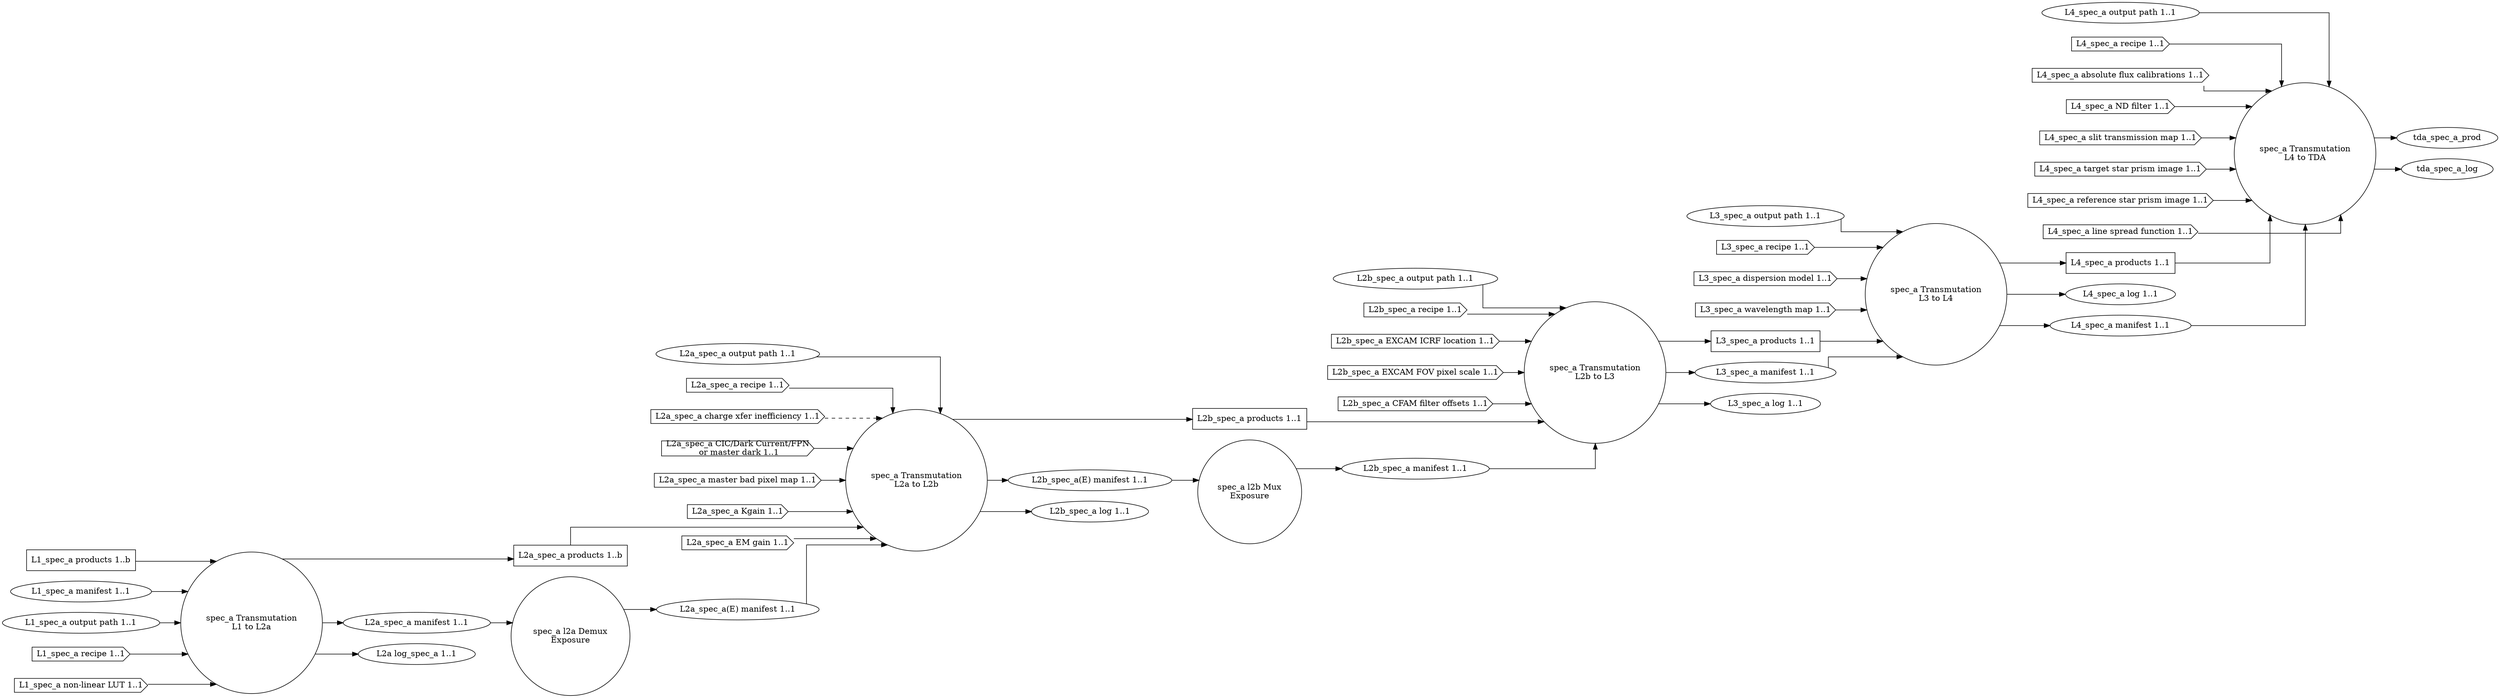
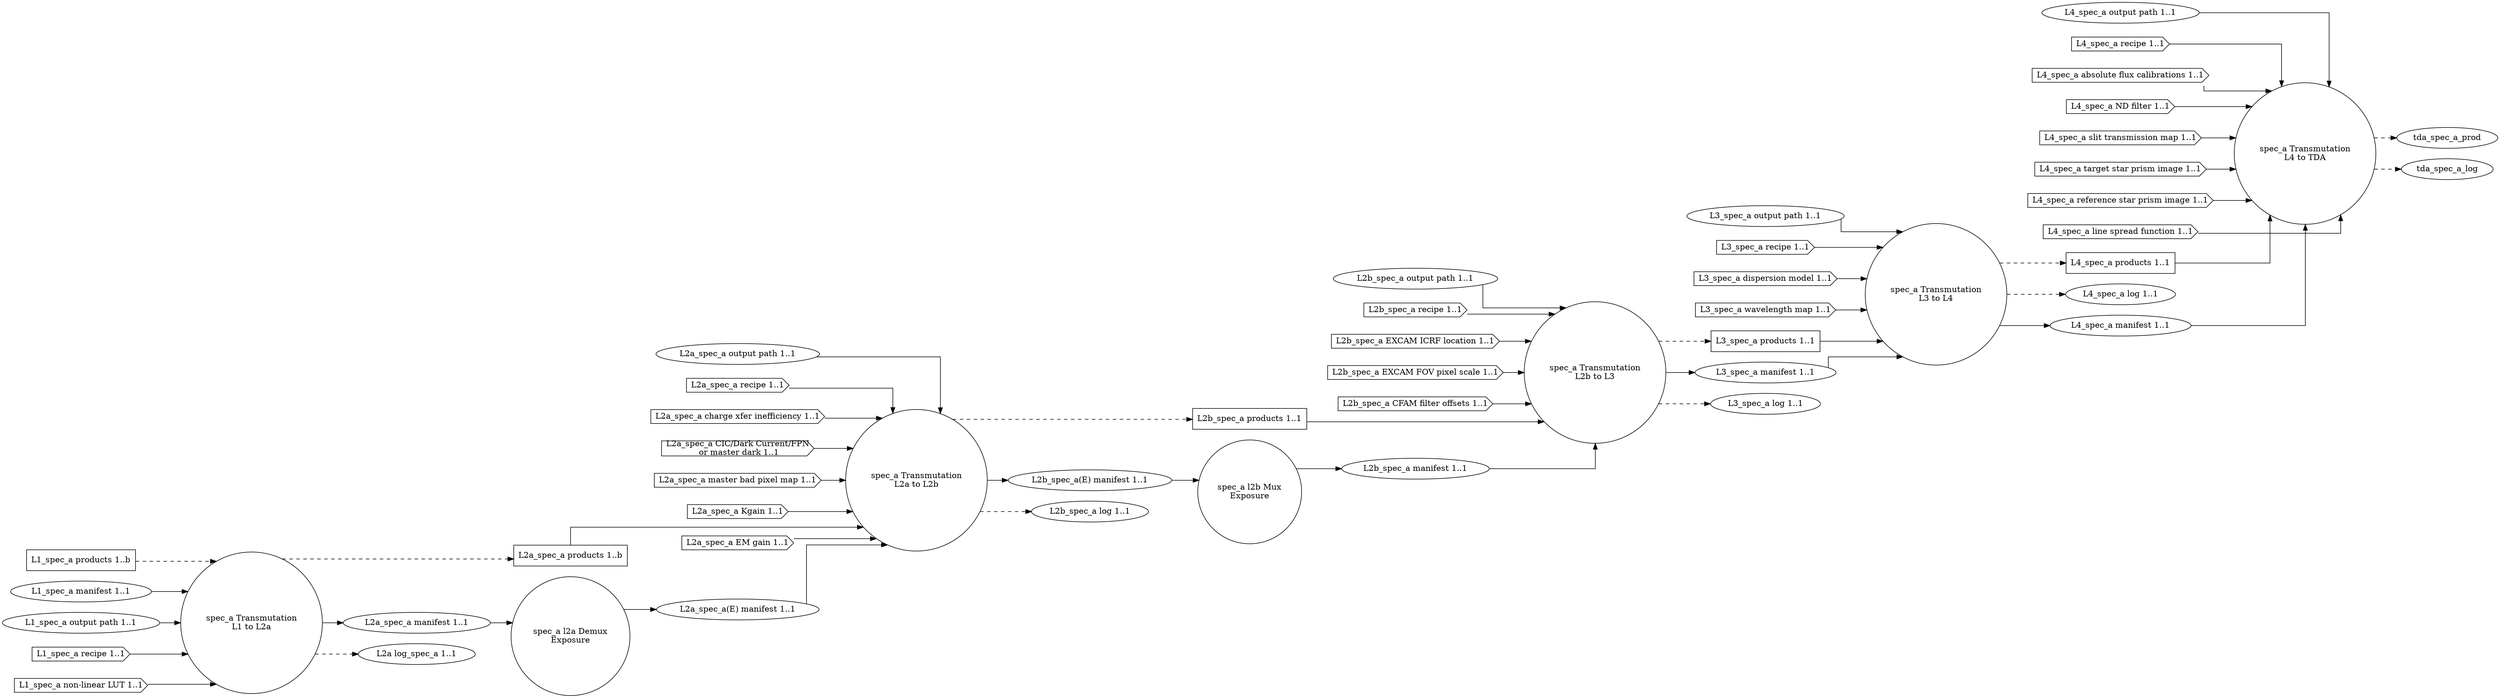
digraph SpectroscopyAnalog
{
  graph [splines="ortho", rankdir=LR];

  trans_spec_a_l1_l2a [label="spec_a Transmutation\nL1 to L2a", shape="circle"];
  l2a_spec_a_demux [label="spec_a l2a Demux\nExposure" shape="circle"];
  trans_spec_a_l2a_l2b [label="spec_a Transmutation\nL2a to L2b", shape="circle"];
  l2b_spec_a_mux [label="spec_a l2b Mux\nExposure", shape="circle"];
  trans_spec_a_l2b_l3 [label="spec_a Transmutation\nL2b to L3", shape="circle"];
  trans_spec_a_l3_l4 [label="spec_a Transmutation\nL3 to L4", shape="circle"];
  trans_spec_a_l4_tda [label="spec_a Transmutation\nL4 to TDA", shape="circle"];

  l1_spec_a_prod [label="L1_spec_a products 1..b", shape="rectangle"];
  l1_spec_a_man [label="L1_spec_a manifest 1..1", shape="ellipse"];
  l1_spec_a_odir [label="L1_spec_a output path 1..1", shape="ellipse"];
  l1_spec_a_rec [label="L1_spec_a recipe 1..1", shape="cds"];
  l1_spec_a_nllut [label="L1_spec_a non-linear LUT 1..1", shape="cds"];

  l2a_spec_a_prod [label="L2a_spec_a products 1..b", shape="rectangle"];
  l2a_spec_a_man [label="L2a_spec_a manifest 1..1", shape="ellipse"];
  l2a_spec_a_odir [label="L2a_spec_a output path 1..1", shape="ellipse"];
  l2a_spec_a_rec [label="L2a_spec_a recipe 1..1", shape="cds"];
  l2a_spec_a_cti [label="L2a_spec_a charge xfer inefficiency 1..1", shape="cds"];
  l2a_spec_a_dnb [label="L2a_spec_a CIC/Dark Current/FPN\n or master dark 1..1", shape="cds"];
  l2a_spec_a_mbpm [label="L2a_spec_a master bad pixel map 1..1", shape="cds"];
  l2a_spec_a_kgain [label="L2a_spec_a Kgain 1..1", shape="cds"];
  l2a_spec_a_emg [label="L2a_spec_a EM gain 1..1", shape="cds"];
  l2a_spec_a_log [label="L2a log_spec_a 1..1", shape="ellipse"];
  l2a_spec_a_man_demux [label="L2a_spec_a(E) manifest 1..1", shape="ellipse"];

  l2b_spec_a_prod [label="L2b_spec_a products 1..1", shape="rectangle"];
  l2b_spec_a_man [label="L2b_spec_a manifest 1..1", shape="ellipse"];
  l2b_spec_a_odir [label="L2b_spec_a output path 1..1", shape="ellipse"];
  l2b_spec_a_rec [label="L2b_spec_a recipe 1..1", shape="cds"];
  l2b_spec_a_excicrf [label="L2b_spec_a EXCAM ICRF location 1..1", shape="cds"];
  l2b_spec_a_excfovps [label="L2b_spec_a EXCAM FOV pixel scale 1..1", shape="cds"];
  l2b_spec_a_cfamfo [label="L2b_spec_a CFAM filter offsets 1..1", shape="cds"];
  l2b_spec_a_man_demux [label="L2b_spec_a(E) manifest 1..1", shape="ellipse"];
  l2b_spec_a_log [label="L2b_spec_a log 1..1", shape="ellipse"];

  l3_spec_a_prod [label="L3_spec_a products 1..1", shape="rectangle"];
  l3_spec_a_odir [label="L3_spec_a output path 1..1", shape="ellipse"];
  l3_spec_a_man [label="L3_spec_a manifest 1..1", shape="ellipse"];
  l3_spec_a_rec [label="L3_spec_a recipe 1..1", shape="cds"];
  l3_spec_a_dispm [label="L3_spec_a dispersion model 1..1", shape="cds"];
  l3_spec_a_wavem [label="L3_spec_a wavelength map 1..1", shape="cds"];
  l3_spec_a_log [label="L3_spec_a log 1..1", shape="ellipse"];

  l4_spec_a_prod [label="L4_spec_a products 1..1", shape="rectangle"];
  l4_spec_a_odir [label="L4_spec_a output path 1..1", shape="ellipse"];
  l4_spec_a_log [label="L4_spec_a log 1..1", shape="ellipse"];
  l4_spec_a_man [label="L4_spec_a manifest 1..1", shape="ellipse"];
  l4_spec_a_rec [label="L4_spec_a recipe 1..1", shape="cds"];
  l4_spec_a_afcal [label="L4_spec_a absolute flux calibrations 1..1", shape="cds"];
  l4_spec_a_ndfilt [label="L4_spec_a ND filter 1..1", shape="cds"];
  l4_spec_a_stmap [label="L4_spec_a slit transmission map 1..1", shape="cds"];
  l4_spec_a_tspi [label="L4_spec_a target star prism image 1..1", shape="cds"];
  l4_spec_a_rspi [label="L4_spec_a reference star prism image 1..1", shape="cds"];
  l4_spec_a_lsf [label="L4_spec_a line spread function 1..1", shape="cds"];

-   l1_spec_a_prod -> trans_spec_a_l1_l2a;
+   l1_spec_a_prod -> trans_spec_a_l1_l2a [style="dashed"];
  l1_spec_a_man -> trans_spec_a_l1_l2a;
  l1_spec_a_odir -> trans_spec_a_l1_l2a;
  l1_spec_a_rec -> trans_spec_a_l1_l2a;
  l1_spec_a_nllut -> trans_spec_a_l1_l2a;

-   trans_spec_a_l1_l2a -> l2a_spec_a_prod;
+   trans_spec_a_l1_l2a -> l2a_spec_a_prod [style="dashed"];
  trans_spec_a_l1_l2a -> l2a_spec_a_man;
-   trans_spec_a_l1_l2a -> l2a_spec_a_log;
+   trans_spec_a_l1_l2a -> l2a_spec_a_log  [style="dashed"];

  l2a_spec_a_prod -> trans_spec_a_l2a_l2b;
  l2a_spec_a_odir -> trans_spec_a_l2a_l2b;
  l2a_spec_a_rec -> trans_spec_a_l2a_l2b;
-   l2a_spec_a_cti -> trans_spec_a_l2a_l2b [style="dashed"];
+   l2a_spec_a_cti -> trans_spec_a_l2a_l2b;
  l2a_spec_a_dnb -> trans_spec_a_l2a_l2b;
  l2a_spec_a_mbpm -> trans_spec_a_l2a_l2b;
  l2a_spec_a_emg -> trans_spec_a_l2a_l2b;
  l2a_spec_a_kgain -> trans_spec_a_l2a_l2b;

-   trans_spec_a_l2a_l2b -> l2b_spec_a_prod;
+   trans_spec_a_l2a_l2b -> l2b_spec_a_prod [style="dashed"];
  trans_spec_a_l2a_l2b -> l2b_spec_a_man_demux;
-   trans_spec_a_l2a_l2b -> l2b_spec_a_log;
+   trans_spec_a_l2a_l2b -> l2b_spec_a_log  [style="dashed"];

  l2a_spec_a_man -> l2a_spec_a_demux;
  l2a_spec_a_demux -> l2a_spec_a_man_demux;
  l2a_spec_a_man_demux -> trans_spec_a_l2a_l2b;

  l2b_spec_a_man_demux -> l2b_spec_a_mux;
  l2b_spec_a_mux -> l2b_spec_a_man;

  l2b_spec_a_prod -> trans_spec_a_l2b_l3;
  l2b_spec_a_man -> trans_spec_a_l2b_l3;
  l2b_spec_a_odir -> trans_spec_a_l2b_l3;
  l2b_spec_a_rec -> trans_spec_a_l2b_l3;
  l2b_spec_a_excicrf -> trans_spec_a_l2b_l3;
  l2b_spec_a_excfovps -> trans_spec_a_l2b_l3;
  l2b_spec_a_cfamfo -> trans_spec_a_l2b_l3;

-   trans_spec_a_l2b_l3 -> l3_spec_a_prod;
+   trans_spec_a_l2b_l3 -> l3_spec_a_prod [style="dashed"];
  trans_spec_a_l2b_l3 -> l3_spec_a_man;
-   trans_spec_a_l2b_l3 -> l3_spec_a_log;
+   trans_spec_a_l2b_l3 -> l3_spec_a_log  [style="dashed"];

  l3_spec_a_prod -> trans_spec_a_l3_l4;
  l3_spec_a_man -> trans_spec_a_l3_l4;
  l3_spec_a_odir -> trans_spec_a_l3_l4;
  l3_spec_a_rec -> trans_spec_a_l3_l4;
  l3_spec_a_dispm -> trans_spec_a_l3_l4;
  l3_spec_a_wavem -> trans_spec_a_l3_l4;
-   trans_spec_a_l3_l4 -> l4_spec_a_prod;
-   trans_spec_a_l3_l4 -> l4_spec_a_log;
+   trans_spec_a_l3_l4 -> l4_spec_a_prod [style="dashed"];
+   trans_spec_a_l3_l4 -> l4_spec_a_log  [style="dashed"];
  trans_spec_a_l3_l4 -> l4_spec_a_man;

  l4_spec_a_prod -> trans_spec_a_l4_tda;
  l4_spec_a_man -> trans_spec_a_l4_tda;
  l4_spec_a_odir -> trans_spec_a_l4_tda;
  l4_spec_a_rec -> trans_spec_a_l4_tda;
  l4_spec_a_afcal -> trans_spec_a_l4_tda;
  l4_spec_a_ndfilt -> trans_spec_a_l4_tda;
  l4_spec_a_stmap -> trans_spec_a_l4_tda;
  l4_spec_a_tspi -> trans_spec_a_l4_tda;
  l4_spec_a_rspi -> trans_spec_a_l4_tda;
  l4_spec_a_lsf -> trans_spec_a_l4_tda;
-   trans_spec_a_l4_tda -> tda_spec_a_prod;
-   trans_spec_a_l4_tda -> tda_spec_a_log;
+   trans_spec_a_l4_tda -> tda_spec_a_prod [style="dashed"];
+   trans_spec_a_l4_tda -> tda_spec_a_log  [style="dashed"];
}
